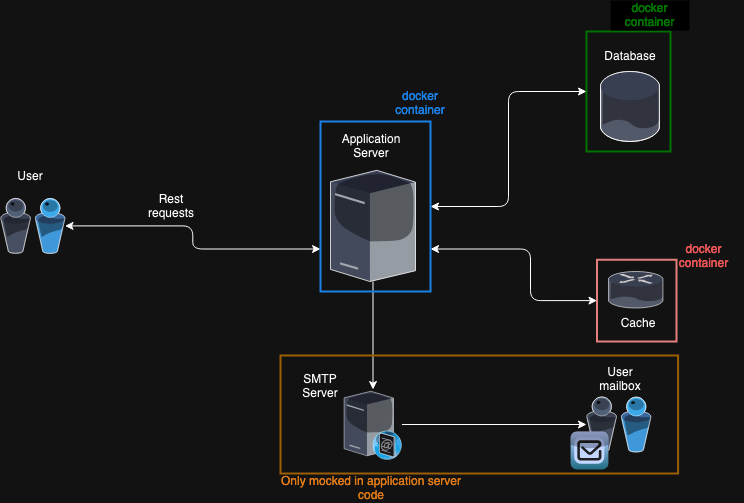
Earlier version of the draw.io export docs/architecture_schema.png (SilversMind/dailymotion_project). Source tidied: cells renumbered, new cells last; positions are measured from the earlier drawing's top-left corner, leaving out a move shared by most shapes. Its diagram source:
```xml
<mxGraphModel>
  <root>
    <mxCell id="0" />
    <mxCell id="1" parent="0" />
    <mxCell id="2" style="rounded=0;whiteSpace=wrap;html=1;strokeWidth=2;fillColor=none;strokeColor=#b85450;" parent="1" vertex="1">
      <mxGeometry x="596.5" y="259.2" width="79.5" height="81.8" as="geometry" />
    </mxCell>
    <mxCell id="3" style="rounded=0;whiteSpace=wrap;html=1;fillColor=none;strokeWidth=2;strokeColor=#33FF33;" parent="1" vertex="1">
      <mxGeometry x="586" y="31" width="84" height="120" as="geometry" />
    </mxCell>
    <mxCell id="4" style="verticalLabelPosition=bottom;sketch=0;html=1;verticalAlign=top;align=center;outlineConnect=0;shape=mxgraph.citrix.users;" parent="1" vertex="1">
      <mxGeometry x="586" y="396.5" width="64.5" height="55" as="geometry" />
    </mxCell>
    <mxCell id="5" style="edgeStyle=orthogonalEdgeStyle;rounded=1;jettySize=auto;html=1;curved=0;entryX=0;entryY=0.5;entryDx=0;entryDy=0;exitX=1;exitY=0.75;exitDx=0;exitDy=0;startArrow=classic;startFill=1;" parent="1" edge="1" source="24" target="2">
      <mxGeometry relative="1" as="geometry">
        <Array as="points">
          <mxPoint x="530" y="249" />
          <mxPoint x="530" y="300" />
        </Array>
      </mxGeometry>
    </mxCell>
    <mxCell id="6" style="edgeStyle=orthogonalEdgeStyle;rounded=1;jettySize=auto;html=1;curved=0;startArrow=classic;startFill=1;entryX=0;entryY=0.5;entryDx=0;entryDy=0;" parent="1" edge="1" source="24" target="3">
      <mxGeometry relative="1" as="geometry" />
    </mxCell>
    <mxCell id="7" style="edgeStyle=orthogonalEdgeStyle;rounded=0;jettySize=auto;html=1;" parent="1" edge="1" source="8" target="12">
      <mxGeometry relative="1" as="geometry" />
    </mxCell>
    <mxCell id="8" style="verticalLabelPosition=bottom;sketch=0;html=1;verticalAlign=top;strokeColor=none;align=center;outlineConnect=0;shape=mxgraph.citrix.license_server;" parent="1" vertex="1">
      <mxGeometry x="330" y="169.8" width="85" height="111.2" as="geometry" />
    </mxCell>
    <mxCell id="9" style="verticalLabelPosition=bottom;sketch=0;html=1;verticalAlign=top;strokeColor=none;align=center;shape=mxgraph.citrix.database;" parent="1" vertex="1">
      <mxGeometry x="600" y="71" width="59.5" height="70" as="geometry" />
    </mxCell>
    <mxCell id="10" style="verticalLabelPosition=bottom;sketch=0;html=1;verticalAlign=top;strokeColor=none;align=center;shape=mxgraph.citrix.router;" parent="1" vertex="1">
      <mxGeometry x="608" y="271" width="55" height="36.5" as="geometry" />
    </mxCell>
    <mxCell id="11" style="edgeStyle=orthogonalEdgeStyle;rounded=0;jettySize=auto;html=1;" parent="1" edge="1" source="12" target="4">
      <mxGeometry relative="1" as="geometry" />
    </mxCell>
    <mxCell id="12" style="verticalLabelPosition=bottom;sketch=0;html=1;verticalAlign=top;strokeColor=none;align=center;outlineConnect=0;shape=mxgraph.citrix.smtp_server;" parent="1" vertex="1">
      <mxGeometry x="343.6" y="389" width="57.8" height="70" as="geometry" />
    </mxCell>
    <mxCell id="13" style="verticalLabelPosition=bottom;sketch=0;html=1;verticalAlign=top;strokeColor=none;align=center;shape=mxgraph.citrix.worxmail;fillColor=#112356;gradientColor=#63AFC6;gradientDirection=south;" parent="1" vertex="1">
      <mxGeometry x="570" y="431" width="38" height="38" as="geometry" />
    </mxCell>
    <mxCell id="14" style="edgeStyle=orthogonalEdgeStyle;rounded=1;jettySize=auto;html=1;entryX=0;entryY=0.75;entryDx=0;entryDy=0;startArrow=classic;startFill=1;curved=0;" parent="1" edge="1" source="15" target="24">
      <mxGeometry relative="1" as="geometry" />
    </mxCell>
    <mxCell id="15" style="verticalLabelPosition=bottom;sketch=0;html=1;verticalAlign=top;align=center;outlineConnect=0;shape=mxgraph.citrix.users;" parent="1" vertex="1">
      <mxGeometry y="197.9" width="64.5" height="55" as="geometry" />
    </mxCell>
    <mxCell id="16" value="User" style="text;html=1;align=center;verticalAlign=middle;whiteSpace=wrap;rounded=0;" parent="1" vertex="1">
      <mxGeometry y="161" width="60" height="30" as="geometry" />
    </mxCell>
    <mxCell id="17" value="Application Server" style="text;html=1;align=center;verticalAlign=middle;whiteSpace=wrap;rounded=0;" parent="1" vertex="1">
      <mxGeometry x="341.4" y="131" width="60" height="30" as="geometry" />
    </mxCell>
    <mxCell id="18" value="Database" style="text;html=1;align=center;verticalAlign=middle;whiteSpace=wrap;rounded=0;" parent="1" vertex="1">
      <mxGeometry x="599.5" y="41" width="60" height="30" as="geometry" />
    </mxCell>
    <mxCell id="19" value="Cache" style="text;html=1;align=center;verticalAlign=middle;whiteSpace=wrap;rounded=0;" parent="1" vertex="1">
      <mxGeometry x="608" y="307.5" width="60" height="30" as="geometry" />
    </mxCell>
    <mxCell id="20" value="SMTP Server" style="text;html=1;align=center;verticalAlign=middle;whiteSpace=wrap;rounded=0;" parent="1" vertex="1">
      <mxGeometry x="290" y="371" width="60" height="30" as="geometry" />
    </mxCell>
    <mxCell id="21" value="User mailbox" style="text;html=1;align=center;verticalAlign=middle;whiteSpace=wrap;rounded=0;" parent="1" vertex="1">
      <mxGeometry x="589.5" y="364" width="60" height="30" as="geometry" />
    </mxCell>
    <mxCell id="22" value="&lt;font color=&quot;#ff6666&quot;&gt;docker container&lt;/font&gt;" style="text;html=1;align=center;verticalAlign=middle;whiteSpace=wrap;rounded=0;" parent="1" vertex="1">
      <mxGeometry x="664" y="241" width="79" height="30" as="geometry" />
    </mxCell>
    <mxCell id="23" value="&lt;font color=&quot;#33ff33&quot;&gt;docker container&lt;/font&gt;" style="text;html=1;align=center;verticalAlign=middle;whiteSpace=wrap;rounded=0;fillColor=default;" parent="1" vertex="1">
      <mxGeometry x="610" width="79" height="30" as="geometry" />
    </mxCell>
    <mxCell id="24" style="rounded=0;whiteSpace=wrap;html=1;fillColor=none;strokeWidth=2;strokeColor=#3399FF;" parent="1" vertex="1">
      <mxGeometry x="320" y="121" width="110" height="170" as="geometry" />
    </mxCell>
    <mxCell id="25" value="&lt;font color=&quot;#3399ff&quot;&gt;docker container&lt;br&gt;&lt;/font&gt;" style="text;html=1;align=center;verticalAlign=middle;whiteSpace=wrap;rounded=0;" parent="1" vertex="1">
      <mxGeometry x="390" y="88" width="60" height="30" as="geometry" />
    </mxCell>
    <mxCell id="26" style="rounded=0;whiteSpace=wrap;html=1;fillColor=none;strokeColor=#d79b00;strokeWidth=2;" parent="1" vertex="1">
      <mxGeometry x="280" y="355" width="397.6" height="118" as="geometry" />
    </mxCell>
    <mxCell id="27" value="&lt;font color=&quot;#cc6600&quot;&gt;Only mocked in application server code&lt;br&gt;&lt;/font&gt;" style="text;html=1;align=center;verticalAlign=middle;whiteSpace=wrap;rounded=0;" parent="1" vertex="1">
      <mxGeometry x="278.2" y="473" width="186.4" height="30" as="geometry" />
    </mxCell>
    <mxCell id="28" value="Rest requests" style="text;html=1;align=center;verticalAlign=middle;whiteSpace=wrap;rounded=0;" parent="1" vertex="1">
      <mxGeometry x="141" y="191" width="60" height="30" as="geometry" />
    </mxCell>
  </root>
</mxGraphModel>
```
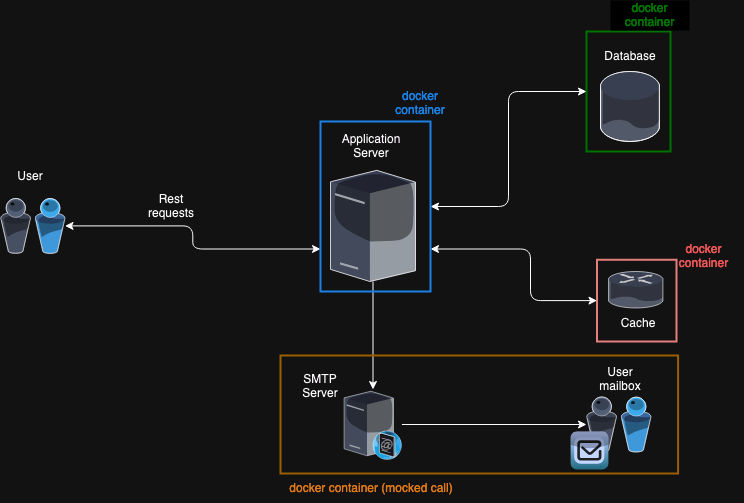
The same diagram one commit later.

Diff of the diagram source:
```diff
@@ -82,7 +82,7 @@
     <mxCell id="26" style="rounded=0;whiteSpace=wrap;html=1;fillColor=none;strokeColor=#d79b00;strokeWidth=2;" parent="1" vertex="1">
       <mxGeometry x="280" y="355" width="397.6" height="118" as="geometry" />
     </mxCell>
-    <mxCell id="27" value="&lt;font color=&quot;#cc6600&quot;&gt;Only mocked in application server code&lt;br&gt;&lt;/font&gt;" style="text;html=1;align=center;verticalAlign=middle;whiteSpace=wrap;rounded=0;" parent="1" vertex="1">
+    <mxCell id="27" value="&lt;font color=&quot;#cc6600&quot;&gt;docker container (mocked call)&lt;br&gt;&lt;/font&gt;" style="text;html=1;align=center;verticalAlign=middle;whiteSpace=wrap;rounded=0;" parent="1" vertex="1">
       <mxGeometry x="278.2" y="473" width="186.4" height="30" as="geometry" />
     </mxCell>
     <mxCell id="28" value="Rest requests" style="text;html=1;align=center;verticalAlign=middle;whiteSpace=wrap;rounded=0;" parent="1" vertex="1">
```
